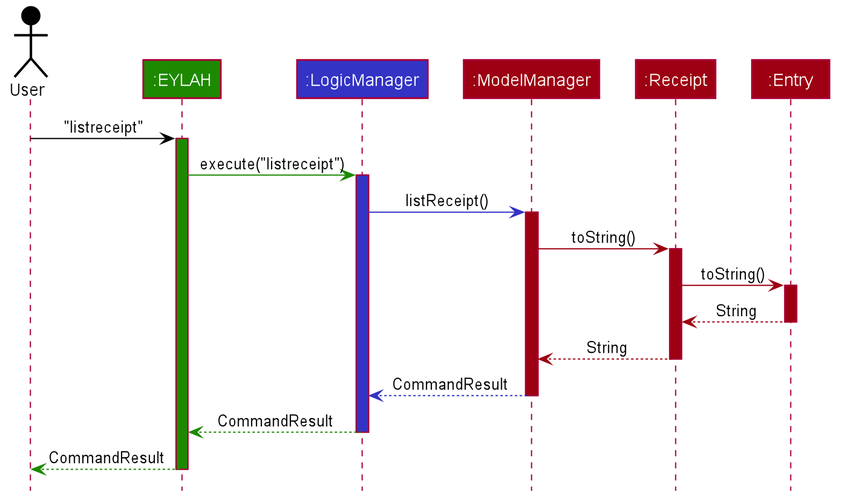
This is docs/images/ExpenseSplitterListReceiptCommandSequenceDiagram.png from nus-cs2103-AY1920S2/addressbook-level3, a PlantUML export, as it was before one commit.
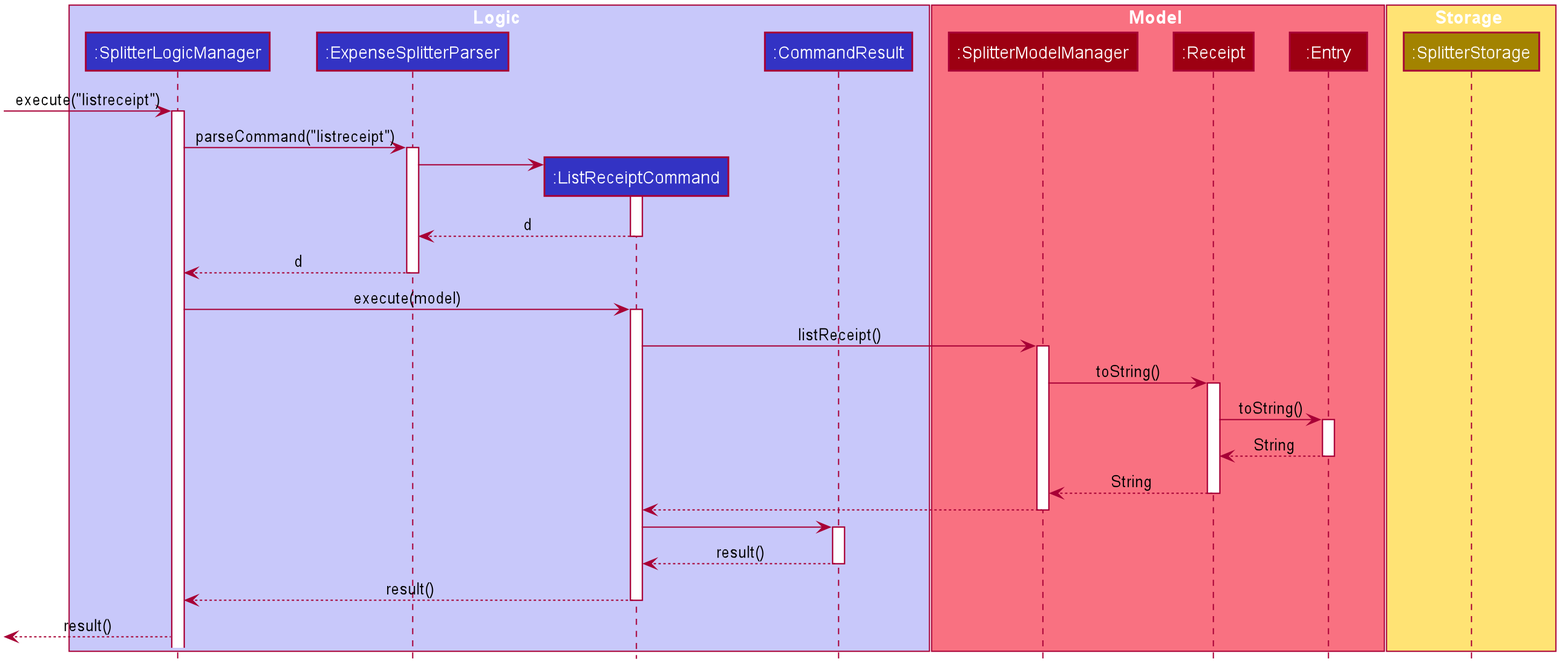
After the commit.

Commit message:
added List Receipt sequence diagram in DG

Change to the diagram source:
```diff
@@ -48,43 +48,73 @@
 hide members
 hide circle
 
-Actor User as user #000000
-Participant ":EYLAH" as ui #1D8900
-Participant ":LogicManager" as logic #3333C4
-Participant ":ModelManager" as model #9D0012
-Participant ":Receipt" as receipt #9D0012
-Participant ":Entry" as entry #9D0012
+box Logic #C8C8FA
+participant ":SplitterLogicManager" as SplitterLogicManager #3333C4
+participant ":ExpenseSplitterParser" as ExpenseSplitterParser #3333C4
+participant ":ListReceiptCommand" as ListReceiptCommand #3333C4
+participant ":CommandResult" as CommandResult #3333C4
+end box
 
-user -[#000000]> ui : "listreceipt"
-activate ui #1D8900
+box Model #F97181
+participant ":SplitterModelManager" as SplitterModelManager #9D0012
+participant ":Receipt" as Receipt #9D0012
+participant ":Entry" as Entry #9D0012
+end box
 
-ui -[#1D8900]> logic : execute("listreceipt")
-activate logic #3333C4
+box Storage #FFE374
+participant ":SplitterStorage" as SplitterStorageManager #A38300
+end box
 
-logic -[#3333C4]> model : listReceipt()
-activate model #9D0012
+[-> SplitterLogicManager : execute("listreceipt")
+activate SplitterLogicManager
 
-model -[#9D0012]> receipt : toString()
-activate receipt #9D0012
+SplitterLogicManager -> ExpenseSplitterParser : parseCommand("listreceipt")
+activate ExpenseSplitterParser
 
-receipt -[#9D0012]> entry : toString()
-activate entry #9D0012
+create ListReceiptCommand
+ExpenseSplitterParser -> ListReceiptCommand
+activate ListReceiptCommand
 
-entry --[#9D0012]> receipt : String
-deactivate entry
+ListReceiptCommand --> ExpenseSplitterParser: d
+deactivate ListReceiptCommand
+
+ExpenseSplitterParser --> SplitterLogicManager: d
+deactivate ExpenseSplitterParser
+
+SplitterLogicManager -> ListReceiptCommand: execute(model)
+activate ListReceiptCommand
+
+ListReceiptCommand -> SplitterModelManager: listReceipt()
+activate SplitterModelManager
+
+SplitterModelManager -> Receipt: toString()
+activate Receipt
+
+Receipt -> Entry: toString()
+activate Entry
+
+Entry --> Receipt: String
+deactivate Entry
+
+Receipt --> SplitterModelManager: String
+deactivate Receipt
 
 
-receipt --[#9D0012]-> model : String
-deactivate receipt
+
+SplitterModelManager --> ListReceiptCommand
+deactivate SplitterModelManager
+
+ListReceiptCommand -> CommandResult:
+activate CommandResult
+
+CommandResult --> ListReceiptCommand: result()
+deactivate CommandResult
+
+ListReceiptCommand --> SplitterLogicManager: result()
+deactivate ListReceiptCommand
 
 
-model --[#3333C4]> logic : CommandResult
-deactivate model
-
-logic --[#1D8900]> ui : CommandResult
-deactivate logic
-
-ui --[#1D8900]> user : CommandResult
-deactivate ui
+[<--SplitterLogicManager : result()
+deactivate SplitterStorageManager
 
 @enduml
```
